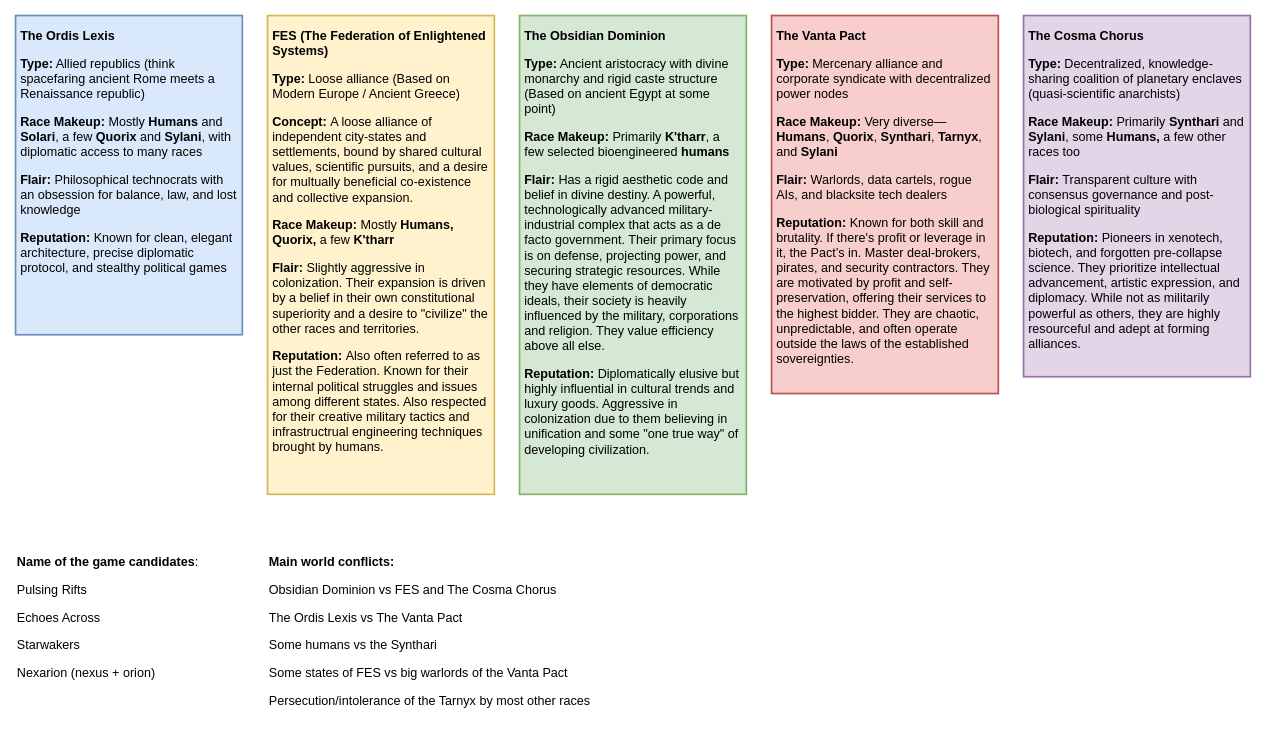
Earlier version of the draw.io diagram page "Factions" (1 of 4) of designs/narrative texts.drawio (eerieA/game-nexarion). Source tidied: cells renumbered, new cells numbered last; positions are measured from the earlier drawing's top-left corner, leaving out a move shared by most shapes. Both pictures are drawn from the tidied source at 84%, with x=0, y=0 at pixel (15, 15).
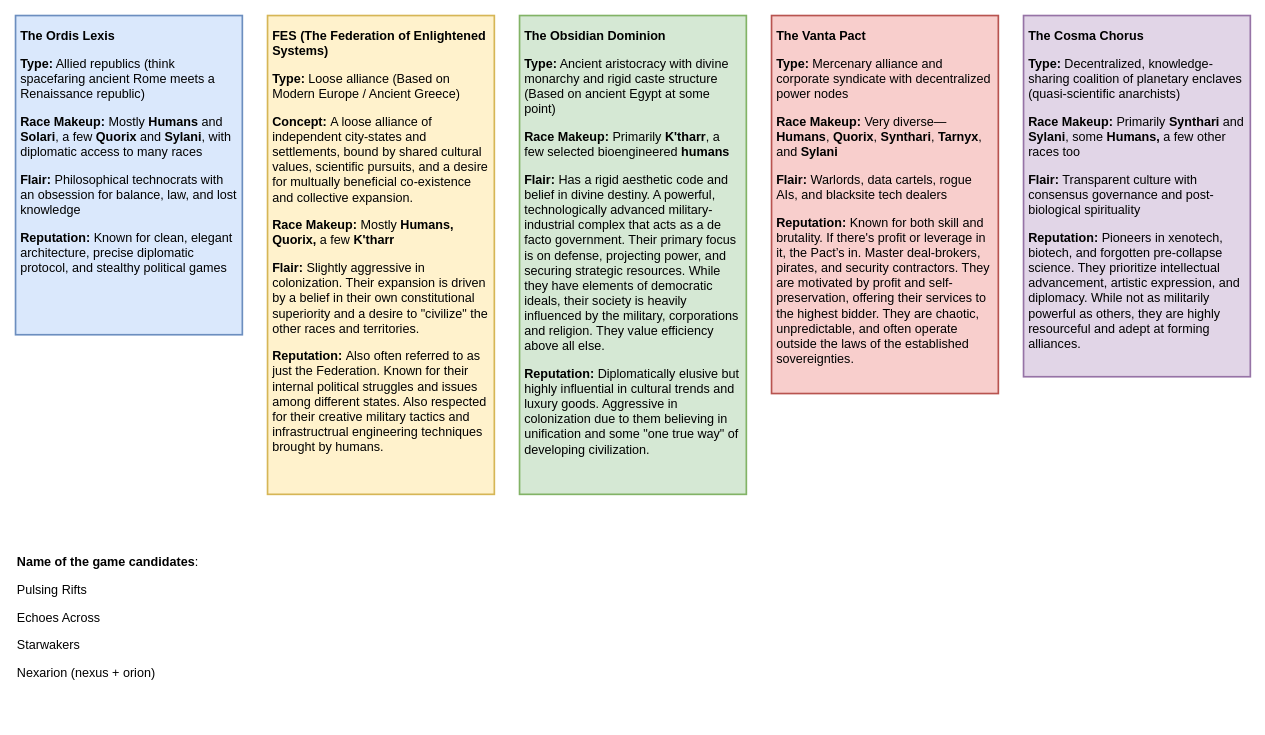
The same page after the edit.

Diff of the diagram source:
```diff
@@
 <mxGraphModel>
   <root>
     <mxCell id="0" />
     <mxCell id="1" parent="0" />
     <mxCell id="2" value="&lt;p&gt;&lt;strong&gt;The Ordis Lexis&lt;/strong&gt;&lt;/p&gt;&lt;p&gt;&lt;strong&gt;Type:&lt;/strong&gt; Allied republics (think spacefaring ancient Rome meets a Renaissance republic)&lt;/p&gt;&lt;p&gt;&lt;strong&gt;Race Makeup:&lt;/strong&gt; Mostly &lt;strong&gt;Humans&lt;/strong&gt; and &lt;strong&gt;Solari&lt;/strong&gt;, a few &lt;strong&gt;Quorix&lt;/strong&gt; and &lt;strong&gt;Sylani&lt;/strong&gt;, with diplomatic access to many races&lt;/p&gt;&lt;p&gt;&lt;strong&gt;Flair:&lt;/strong&gt; Philosophical technocrats with an obsession for balance, law, and lost knowledge&lt;/p&gt;&lt;p&gt;&lt;strong&gt;Reputation:&lt;/strong&gt; Known for clean, elegant architecture, precise diplomatic protocol, and stealthy political games&lt;/p&gt;" style="rounded=0;whiteSpace=wrap;html=1;fillColor=#dae8fc;strokeColor=#6c8ebf;align=left;fontSize=15;verticalAlign=top;labelBackgroundColor=none;spacing=6;spacingTop=-10;strokeWidth=2;" parent="1" vertex="1">
       <mxGeometry width="270" height="380" as="geometry" />
     </mxCell>
     <mxCell id="3" value="&lt;p&gt;&lt;strong&gt;FES (&lt;/strong&gt;&lt;span style=&quot;background-color: transparent;&quot;&gt;&lt;b&gt;The Federation of Enlightened Systems&lt;/b&gt;&lt;/span&gt;&lt;strong style=&quot;background-color: transparent; color: light-dark(rgb(0, 0, 0), rgb(255, 255, 255));&quot;&gt;)&lt;/strong&gt;&lt;/p&gt;&lt;p&gt;&lt;strong&gt;Type:&lt;/strong&gt;&amp;nbsp;Loose alliance (Based on Modern Europe / Ancient Greece)&lt;/p&gt;&lt;p&gt;&lt;strong&gt;Concept:&lt;/strong&gt;&amp;nbsp;A loose alliance of independent city-states and settlements, bound by shared cultural values, scientific pursuits, and a desire for multually beneficial co-existence and collective expansion.&lt;/p&gt;&lt;p&gt;&lt;strong&gt;Race Makeup:&lt;/strong&gt; Mostly &lt;strong&gt;Humans, Quorix, &lt;/strong&gt;a few &lt;strong&gt;K'tharr&lt;/strong&gt;&lt;/p&gt;&lt;p&gt;&lt;strong&gt;Flair:&lt;/strong&gt; Slightly aggressive in colonization. Their expansion is driven by a belief in their own constitutional superiority and a desire to &quot;civilize&quot; the other races and territories.&lt;/p&gt;&lt;p&gt;&lt;strong&gt;Reputation:&lt;/strong&gt;&amp;nbsp;Also often referred to as just the Federation. Known for their internal political struggles and issues among different states. Also respected for their creative military tactics and infrastructrual engineering techniques brought by humans.&lt;/p&gt;" style="rounded=0;whiteSpace=wrap;html=1;fillColor=#fff2cc;strokeColor=#d6b656;align=left;fontSize=15;verticalAlign=top;labelBackgroundColor=none;spacing=6;spacingTop=-10;strokeWidth=2;" parent="1" vertex="1">
       <mxGeometry x="300" width="270" height="570" as="geometry" />
     </mxCell>
     <mxCell id="4" value="&lt;p&gt;&lt;strong&gt;The Obsidian Dominion&lt;/strong&gt;&lt;/p&gt;&lt;p&gt;&lt;strong&gt;Type:&lt;/strong&gt; Ancient aristocracy with divine monarchy and rigid caste structure (Based on ancient Egypt at some point)&lt;/p&gt;&lt;p&gt;&lt;strong&gt;Race Makeup:&lt;/strong&gt; Primarily &lt;strong&gt;K'tharr&lt;/strong&gt;, a few selected bioengineered &lt;strong&gt;humans&lt;/strong&gt;&lt;/p&gt;&lt;p&gt;&lt;strong&gt;Flair:&lt;/strong&gt; Has a rigid aesthetic code and belief in divine destiny. A powerful, technologically advanced military-industrial complex that acts as a de facto government. Their primary focus is on defense, projecting power, and securing strategic resources. While they have elements of democratic ideals, their society is heavily influenced by the military, corporations and religion. They value efficiency above all else.&lt;/p&gt;&lt;p&gt;&lt;strong&gt;Reputation:&lt;/strong&gt; Diplomatically elusive but highly influential in cultural trends and luxury goods. Aggressive in colonization due to them believing in unification and some &quot;one true way&quot; of developing civilization.&lt;/p&gt;" style="rounded=0;whiteSpace=wrap;html=1;fillColor=#d5e8d4;strokeColor=#82b366;align=left;fontSize=15;verticalAlign=top;labelBackgroundColor=none;spacing=6;spacingTop=-10;strokeWidth=2;" parent="1" vertex="1">
       <mxGeometry x="600" width="270" height="570" as="geometry" />
     </mxCell>
     <mxCell id="5" value="&lt;p&gt;&lt;strong&gt;The Vanta Pact&lt;/strong&gt;&lt;/p&gt;&lt;p&gt;&lt;strong&gt;Type:&lt;/strong&gt; Mercenary alliance and corporate syndicate with decentralized power nodes&lt;/p&gt;&lt;p&gt;&lt;strong&gt;Race Makeup:&lt;/strong&gt; Very diverse—&lt;strong&gt;Humans&lt;/strong&gt;, &lt;strong&gt;Quorix&lt;/strong&gt;, &lt;strong&gt;Synthari&lt;/strong&gt;, &lt;strong&gt;Tarnyx&lt;/strong&gt;, and &lt;strong&gt;Sylani&lt;/strong&gt;&lt;/p&gt;&lt;p&gt;&lt;strong&gt;Flair:&lt;/strong&gt; Warlords, data cartels, rogue AIs, and blacksite tech dealers&lt;/p&gt;&lt;p&gt;&lt;strong&gt;Reputation:&lt;/strong&gt; Known for both skill and brutality. If there's profit or leverage in it, the Pact’s in. Master deal-brokers, pirates, and security contractors. They are motivated by profit and self-preservation, offering their services to the highest bidder. They are chaotic, unpredictable, and often operate outside the laws of the established sovereignties.&lt;/p&gt;" style="rounded=0;whiteSpace=wrap;html=1;fillColor=#f8cecc;strokeColor=#b85450;align=left;fontSize=15;verticalAlign=top;labelBackgroundColor=none;spacing=6;spacingTop=-10;strokeWidth=2;" parent="1" vertex="1">
       <mxGeometry x="900" width="270" height="450" as="geometry" />
     </mxCell>
     <mxCell id="6" value="&lt;p&gt;&lt;strong&gt;The Cosma Chorus&lt;/strong&gt;&lt;/p&gt;&lt;p&gt;&lt;strong&gt;Type:&lt;/strong&gt; Decentralized, knowledge-sharing coalition of planetary enclaves (quasi-scientific anarchists)&lt;/p&gt;&lt;p&gt;&lt;strong&gt;Race Makeup:&lt;/strong&gt; Primarily &lt;strong&gt;Synthari&lt;/strong&gt; and &lt;strong&gt;Sylani&lt;/strong&gt;, some &lt;strong&gt;Humans, &lt;/strong&gt;a few other races too&lt;/p&gt;&lt;p&gt;&lt;strong&gt;Flair:&lt;/strong&gt; Transparent culture with consensus governance and post-biological spirituality&lt;/p&gt;&lt;p&gt;&lt;strong&gt;Reputation:&lt;/strong&gt; Pioneers in xenotech, biotech, and forgotten pre-collapse science. They prioritize intellectual advancement, artistic expression, and diplomacy. While not as militarily powerful as others, they are highly resourceful and adept at forming alliances.&lt;/p&gt;" style="rounded=0;whiteSpace=wrap;html=1;fillColor=#e1d5e7;strokeColor=#9673a6;align=left;fontSize=15;verticalAlign=top;labelBackgroundColor=none;spacing=6;spacingTop=-10;strokeWidth=2;" parent="1" vertex="1">
       <mxGeometry x="1200" width="270" height="430" as="geometry" />
     </mxCell>
     <mxCell id="7" value="&lt;p&gt;&lt;b&gt;Name of the game candidates&lt;/b&gt;:&lt;/p&gt;&lt;p&gt;Pulsing Rifts&lt;/p&gt;&lt;p&gt;Echoes Across&lt;/p&gt;&lt;p&gt;Starwakers&lt;/p&gt;&lt;p&gt;Nexarion (nexus + orion)&lt;/p&gt;" style="text;html=1;align=left;verticalAlign=top;whiteSpace=wrap;rounded=0;fontSize=15;" parent="1" vertex="1">
       <mxGeometry y="620" width="238" height="200" as="geometry" />
     </mxCell>
-    <mxCell id="8" value="&lt;p&gt;&lt;b&gt;Main world conflicts:&lt;/b&gt;&lt;/p&gt;&lt;p&gt;Obsidian Dominion vs FES and The Cosma Chorus&lt;/p&gt;&lt;p&gt;The Ordis Lexis vs The Vanta Pact&lt;/p&gt;&lt;p&gt;Some humans vs the Synthari&lt;/p&gt;&lt;p&gt;Some states of FES vs big warlords of the Vanta Pact&lt;/p&gt;&lt;p&gt;Persecution/intolerance of the Tarnyx by most other races&lt;/p&gt;" style="text;html=1;align=left;verticalAlign=top;whiteSpace=wrap;rounded=0;fontSize=15;" parent="1" vertex="1">
-      <mxGeometry x="300" y="620" width="610" height="220" as="geometry" />
-    </mxCell>
   </root>
 </mxGraphModel>
```
